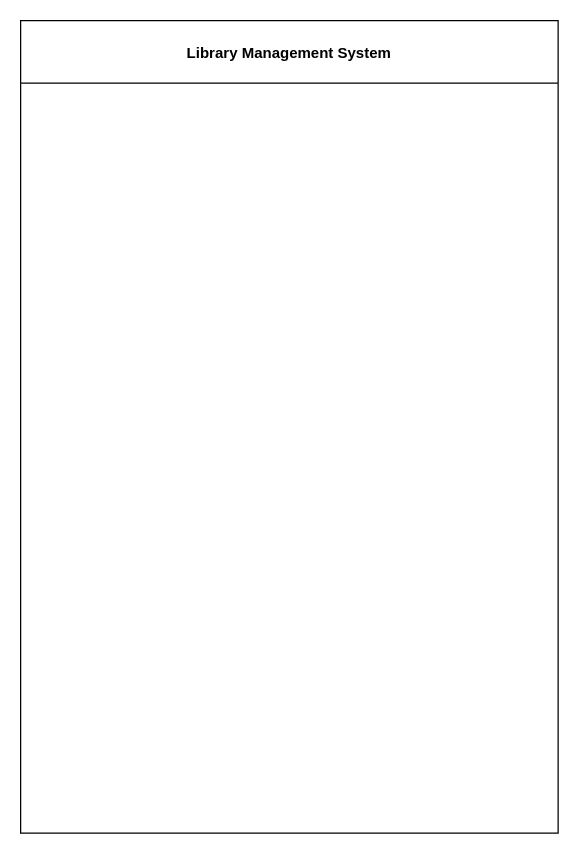
The draw.io diagram libraryUsecase.drawio in Dinuvi9170/NSBM-Green-University, before the edit. Source tidied: cells renumbered, new cells numbered last; positions are measured from the earlier drawing's top-left corner, leaving out a move shared by most shapes. Both pictures are drawn from the tidied source at 125%, with x=0, y=0 at pixel (20, 20).
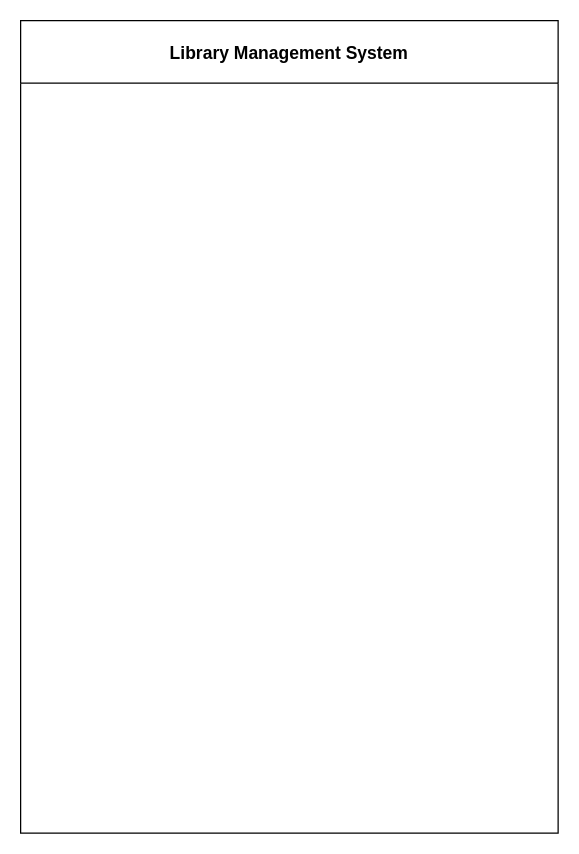
The same diagram, later.

The edit, as a diff of the source:
```diff
@@
 <mxGraphModel>
   <root>
     <mxCell id="0" />
     <mxCell id="1" parent="0" />
-    <mxCell id="2" value="Library Management System" style="swimlane;startSize=50;" parent="1" vertex="1">
+    <mxCell id="2" value="Library Management System" style="swimlane;startSize=50;fontSize=14;labelBackgroundColor=default;" parent="1" vertex="1">
       <mxGeometry width="430" height="650" as="geometry" />
     </mxCell>
   </root>
 </mxGraphModel>
```
